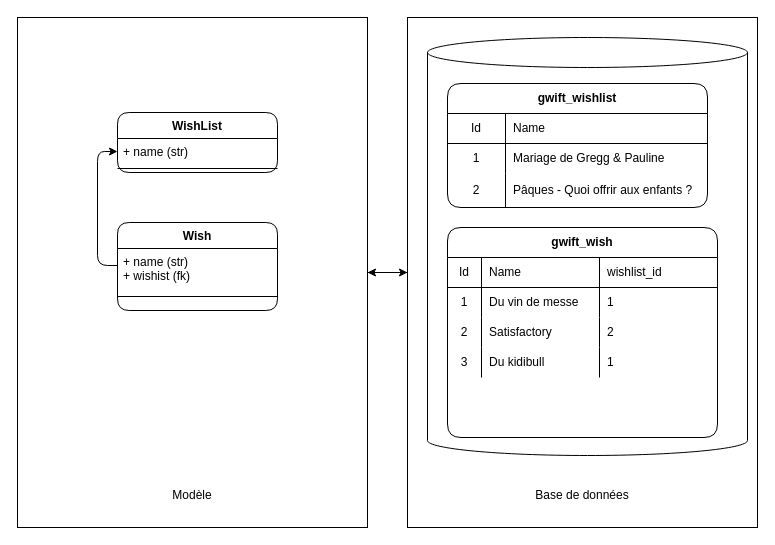
Above: source/images/diagrams/django-migrations-db-schema.drawio in Grimbox/gwift-book (draw.io), before the change. Source tidied: cells renumbered, new cells numbered last; positions are measured from the earlier drawing's top-left corner, leaving out a move shared by most shapes. Both pictures are drawn from the tidied source at 100%, with x=0, y=0 at pixel (17, 17).
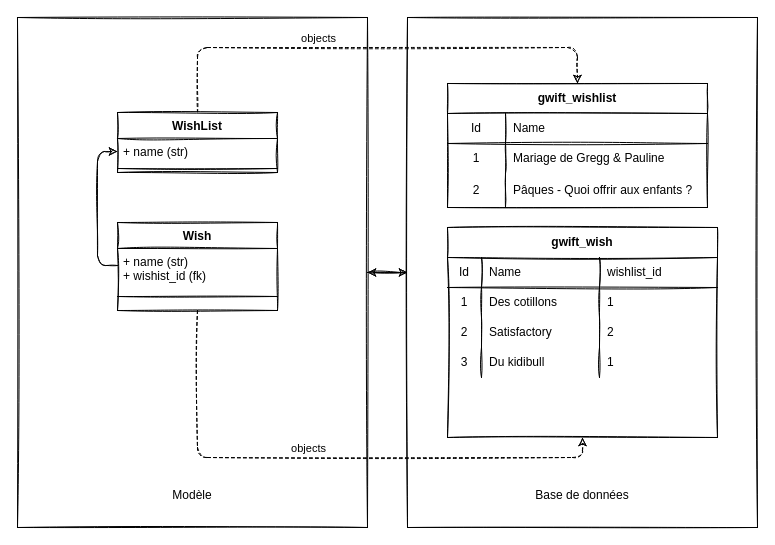
Above is the later version.

Change to the diagram source:
```diff
@@
-    <mxCell id="2" style="edgeStyle=orthogonalEdgeStyle;rounded=0;jettySize=auto;html=1;exitX=1;exitY=0.5;exitDx=0;exitDy=0;entryX=0;entryY=0.5;entryDx=0;entryDy=0;" parent="1" edge="1" source="3" target="5">
+    <mxCell id="2" style="edgeStyle=orthogonalEdgeStyle;jettySize=auto;html=1;exitX=1;exitY=0.5;exitDx=0;exitDy=0;entryX=0;entryY=0.5;entryDx=0;entryDy=0;sketch=1;" parent="1" edge="1" source="3" target="5">
       <mxGeometry relative="1" as="geometry" />
     </mxCell>
-    <mxCell id="3" value="&lt;br&gt;&lt;br&gt;&lt;br&gt;&lt;br&gt;&lt;br&gt;&lt;br&gt;&lt;br&gt;&lt;br&gt;&lt;br&gt;&lt;br&gt;&lt;br&gt;&lt;br&gt;&lt;br&gt;&lt;br&gt;&lt;br&gt;&lt;br&gt;&lt;br&gt;&lt;br&gt;&lt;br&gt;&lt;br&gt;&lt;br&gt;&lt;br&gt;&lt;br&gt;&lt;br&gt;&lt;br&gt;&lt;br&gt;&lt;br&gt;&lt;br&gt;&lt;br&gt;&lt;br&gt;&lt;br&gt;Modèle" style="rounded=0;whiteSpace=wrap;html=1;" parent="1" vertex="1">
+    <mxCell id="3" value="&lt;br&gt;&lt;br&gt;&lt;br&gt;&lt;br&gt;&lt;br&gt;&lt;br&gt;&lt;br&gt;&lt;br&gt;&lt;br&gt;&lt;br&gt;&lt;br&gt;&lt;br&gt;&lt;br&gt;&lt;br&gt;&lt;br&gt;&lt;br&gt;&lt;br&gt;&lt;br&gt;&lt;br&gt;&lt;br&gt;&lt;br&gt;&lt;br&gt;&lt;br&gt;&lt;br&gt;&lt;br&gt;&lt;br&gt;&lt;br&gt;&lt;br&gt;&lt;br&gt;&lt;br&gt;&lt;br&gt;Modèle" style="whiteSpace=wrap;html=1;sketch=1;" parent="1" vertex="1">
       <mxGeometry width="350" height="510" as="geometry" />
     </mxCell>
-    <mxCell id="4" style="edgeStyle=orthogonalEdgeStyle;rounded=0;jettySize=auto;html=1;exitX=0;exitY=0.5;exitDx=0;exitDy=0;entryX=1;entryY=0.5;entryDx=0;entryDy=0;" parent="1" edge="1" source="5" target="3">
+    <mxCell id="4" style="edgeStyle=orthogonalEdgeStyle;jettySize=auto;html=1;exitX=0;exitY=0.5;exitDx=0;exitDy=0;entryX=1;entryY=0.5;entryDx=0;entryDy=0;sketch=1;" parent="1" edge="1" source="5" target="3">
       <mxGeometry relative="1" as="geometry" />
     </mxCell>
-    <mxCell id="5" value="&lt;br&gt;&lt;br&gt;&lt;br&gt;&lt;br&gt;&lt;br&gt;&lt;br&gt;&lt;br&gt;&lt;br&gt;&lt;br&gt;&lt;br&gt;&lt;br&gt;&lt;br&gt;&lt;br&gt;&lt;br&gt;&lt;br&gt;&lt;br&gt;&lt;br&gt;&lt;br&gt;&lt;br&gt;&lt;br&gt;&lt;br&gt;&lt;br&gt;&lt;br&gt;&lt;br&gt;&lt;br&gt;&lt;br&gt;&lt;br&gt;&lt;br&gt;&lt;br&gt;&lt;br&gt;&lt;br&gt;Base de données" style="rounded=0;whiteSpace=wrap;html=1;" parent="1" vertex="1">
+    <mxCell id="5" value="&lt;br&gt;&lt;br&gt;&lt;br&gt;&lt;br&gt;&lt;br&gt;&lt;br&gt;&lt;br&gt;&lt;br&gt;&lt;br&gt;&lt;br&gt;&lt;br&gt;&lt;br&gt;&lt;br&gt;&lt;br&gt;&lt;br&gt;&lt;br&gt;&lt;br&gt;&lt;br&gt;&lt;br&gt;&lt;br&gt;&lt;br&gt;&lt;br&gt;&lt;br&gt;&lt;br&gt;&lt;br&gt;&lt;br&gt;&lt;br&gt;&lt;br&gt;&lt;br&gt;&lt;br&gt;&lt;br&gt;Base de données" style="whiteSpace=wrap;html=1;sketch=1;" parent="1" vertex="1">
       <mxGeometry x="390" width="350" height="510" as="geometry" />
     </mxCell>
+    <mxCell id="41" style="edgeStyle=orthogonalEdgeStyle;rounded=1;sketch=1;jettySize=auto;html=1;exitX=0.5;exitY=0;exitDx=0;exitDy=0;entryX=0.5;entryY=0;entryDx=0;entryDy=0;dashed=1;" parent="1" edge="1" source="6" target="14">
+      <mxGeometry relative="1" as="geometry">
+        <Array as="points">
+          <mxPoint x="180" y="30" />
+          <mxPoint x="560" y="30" />
+        </Array>
+      </mxGeometry>
+    </mxCell>
+    <mxCell id="42" value="objects" style="edgeLabel;html=1;align=center;verticalAlign=middle;" parent="41" vertex="1">
+      <mxGeometry x="0.1" y="-4" relative="1" as="geometry">
+        <mxPoint x="-80" y="-14" as="offset" />
+      </mxGeometry>
+    </mxCell>
-    <mxCell id="6" value="WishList" style="swimlane;fontStyle=1;align=center;verticalAlign=top;horizontal=1;startSize=26;rounded=1;" parent="1" vertex="1">
+    <mxCell id="6" value="WishList" style="swimlane;fontStyle=1;align=center;verticalAlign=top;horizontal=1;startSize=26;sketch=1;" parent="1" vertex="1">
       <mxGeometry x="100" y="95" width="160" height="60" as="geometry" />
     </mxCell>
-    <mxCell id="7" value="+ name (str)" style="text;strokeColor=none;fillColor=none;align=left;verticalAlign=top;spacingLeft=4;spacingRight=4;overflow=hidden;points=[[0,0.5],[1,0.5]];portConstraint=eastwest;rounded=1;" parent="6" vertex="1">
+    <mxCell id="7" value="+ name (str)" style="text;strokeColor=none;fillColor=none;align=left;verticalAlign=top;spacingLeft=4;spacingRight=4;overflow=hidden;points=[[0,0.5],[1,0.5]];portConstraint=eastwest;sketch=1;" parent="6" vertex="1">
       <mxGeometry y="26" width="160" height="26" as="geometry" />
     </mxCell>
-    <mxCell id="8" style="line;strokeWidth=1;fillColor=none;align=left;verticalAlign=middle;spacingTop=-1;spacingLeft=3;spacingRight=3;labelPosition=right;rounded=1;" parent="6" vertex="1">
+    <mxCell id="8" style="line;strokeWidth=1;fillColor=none;align=left;verticalAlign=middle;spacingTop=-1;spacingLeft=3;spacingRight=3;labelPosition=right;sketch=1;" parent="6" vertex="1">
       <mxGeometry y="52" width="160" height="8" as="geometry" />
     </mxCell>
+    <mxCell id="43" style="edgeStyle=orthogonalEdgeStyle;rounded=1;sketch=1;jettySize=auto;html=1;exitX=0.5;exitY=1;exitDx=0;exitDy=0;entryX=0.5;entryY=1;entryDx=0;entryDy=0;dashed=1;" parent="1" edge="1" source="9" target="24">
+      <mxGeometry relative="1" as="geometry" />
+    </mxCell>
+    <mxCell id="44" value="objects" style="edgeLabel;html=1;align=center;verticalAlign=middle;" parent="43" vertex="1">
+      <mxGeometry x="-0.02" y="-1" relative="1" as="geometry">
+        <mxPoint x="-13" y="-11" as="offset" />
+      </mxGeometry>
+    </mxCell>
-    <mxCell id="9" value="Wish" style="swimlane;fontStyle=1;align=center;verticalAlign=top;horizontal=1;startSize=26;rounded=1;" parent="1" vertex="1">
+    <mxCell id="9" value="Wish" style="swimlane;fontStyle=1;align=center;verticalAlign=top;horizontal=1;startSize=26;sketch=1;" parent="1" vertex="1">
       <mxGeometry x="100" y="205" width="160" height="88" as="geometry" />
     </mxCell>
-    <mxCell id="10" value="+ name (str)&#10;+ wishist (fk)" style="text;strokeColor=none;fillColor=none;align=left;verticalAlign=top;spacingLeft=4;spacingRight=4;overflow=hidden;points=[[0,0.5],[1,0.5]];portConstraint=eastwest;rounded=1;" parent="9" vertex="1">
+    <mxCell id="10" value="+ name (str)&#10;+ wishist_id (fk)" style="text;strokeColor=none;fillColor=none;align=left;verticalAlign=top;spacingLeft=4;spacingRight=4;overflow=hidden;points=[[0,0.5],[1,0.5]];portConstraint=eastwest;sketch=1;" parent="9" vertex="1">
       <mxGeometry y="26" width="160" height="34" as="geometry" />
     </mxCell>
-    <mxCell id="11" style="line;strokeWidth=1;fillColor=none;align=left;verticalAlign=middle;spacingTop=-1;spacingLeft=3;spacingRight=3;labelPosition=right;rounded=1;" parent="9" vertex="1">
+    <mxCell id="11" style="line;strokeWidth=1;fillColor=none;align=left;verticalAlign=middle;spacingTop=-1;spacingLeft=3;spacingRight=3;labelPosition=right;sketch=1;" parent="9" vertex="1">
       <mxGeometry y="60" width="160" height="28" as="geometry" />
     </mxCell>
-    <mxCell id="12" style="edgeStyle=orthogonalEdgeStyle;jettySize=auto;html=1;exitX=0;exitY=0.5;exitDx=0;exitDy=0;entryX=0;entryY=0.5;entryDx=0;entryDy=0;" parent="1" edge="1" source="10" target="7">
+    <mxCell id="12" style="edgeStyle=orthogonalEdgeStyle;jettySize=auto;html=1;exitX=0;exitY=0.5;exitDx=0;exitDy=0;entryX=0;entryY=0.5;entryDx=0;entryDy=0;sketch=1;" parent="1" edge="1" source="10" target="7">
       <mxGeometry relative="1" as="geometry" />
     </mxCell>
-    <mxCell id="13" style="shape=cylinder3;whiteSpace=wrap;html=1;boundedLbl=1;backgroundOutline=1;size=15;rounded=1;" parent="1" vertex="1">
-      <mxGeometry x="410" y="20" width="320" height="418" as="geometry" />
-    </mxCell>
-    <mxCell id="14" value="gwift_wishlist" style="shape=table;html=1;whiteSpace=wrap;startSize=30;childLayout=tableLayout;rowLines=0;fontStyle=1;align=center;rounded=1;" parent="1" vertex="1">
+    <mxCell id="14" value="gwift_wishlist" style="shape=table;html=1;whiteSpace=wrap;startSize=30;childLayout=tableLayout;rowLines=0;fontStyle=1;align=center;sketch=1;" parent="1" vertex="1">
       <mxGeometry x="430" y="66" width="260" height="124" as="geometry" />
     </mxCell>
-    <mxCell id="15" style="shape=partialRectangle;html=1;whiteSpace=wrap;fillColor=none;top=0;left=0;bottom=1;right=0;rounded=1;" parent="14" vertex="1">
+    <mxCell id="15" style="shape=partialRectangle;html=1;whiteSpace=wrap;fillColor=none;top=0;left=0;bottom=1;right=0;sketch=1;" parent="14" vertex="1">
       <mxGeometry y="30" width="260" height="30" as="geometry" />
     </mxCell>
-    <mxCell id="16" value="Id" style="shape=partialRectangle;html=1;whiteSpace=wrap;fillColor=none;top=0;left=0;bottom=0;right=0;overflow=hidden;rounded=1;" parent="15" vertex="1">
+    <mxCell id="16" value="Id" style="shape=partialRectangle;html=1;whiteSpace=wrap;fillColor=none;top=0;left=0;bottom=0;right=0;overflow=hidden;sketch=1;" parent="15" vertex="1">
       <mxGeometry width="58" height="30" as="geometry" />
     </mxCell>
-    <mxCell id="17" value="Name" style="shape=partialRectangle;html=1;whiteSpace=wrap;fillColor=none;top=0;left=0;bottom=0;right=0;align=left;spacingLeft=6;overflow=hidden;rounded=1;" parent="15" vertex="1">
+    <mxCell id="17" value="Name" style="shape=partialRectangle;html=1;whiteSpace=wrap;fillColor=none;top=0;left=0;bottom=0;right=0;align=left;spacingLeft=6;overflow=hidden;sketch=1;" parent="15" vertex="1">
       <mxGeometry x="58" width="202" height="30" as="geometry" />
     </mxCell>
-    <mxCell id="18" style="shape=partialRectangle;html=1;whiteSpace=wrap;fillColor=none;top=0;left=0;bottom=0;right=0;rounded=1;" parent="14" vertex="1">
+    <mxCell id="18" style="shape=partialRectangle;html=1;whiteSpace=wrap;fillColor=none;top=0;left=0;bottom=0;right=0;sketch=1;" parent="14" vertex="1">
       <mxGeometry y="60" width="260" height="30" as="geometry" />
     </mxCell>
-    <mxCell id="19" value="1" style="shape=partialRectangle;html=1;whiteSpace=wrap;fillColor=none;top=0;left=0;bottom=0;right=0;overflow=hidden;rounded=1;" parent="18" vertex="1">
+    <mxCell id="19" value="1" style="shape=partialRectangle;html=1;whiteSpace=wrap;fillColor=none;top=0;left=0;bottom=0;right=0;overflow=hidden;sketch=1;" parent="18" vertex="1">
       <mxGeometry width="58" height="30" as="geometry" />
     </mxCell>
-    <mxCell id="20" value="Mariage de Gregg &amp;amp; Pauline" style="shape=partialRectangle;html=1;whiteSpace=wrap;fillColor=none;top=0;left=0;bottom=0;right=0;align=left;spacingLeft=6;overflow=hidden;rounded=1;" parent="18" vertex="1">
+    <mxCell id="20" value="Mariage de Gregg &amp;amp; Pauline" style="shape=partialRectangle;html=1;whiteSpace=wrap;fillColor=none;top=0;left=0;bottom=0;right=0;align=left;spacingLeft=6;overflow=hidden;sketch=1;" parent="18" vertex="1">
       <mxGeometry x="58" width="202" height="30" as="geometry" />
     </mxCell>
-    <mxCell id="21" style="shape=partialRectangle;html=1;whiteSpace=wrap;fillColor=none;top=0;left=0;bottom=0;right=0;rounded=1;" parent="14" vertex="1">
+    <mxCell id="21" style="shape=partialRectangle;html=1;whiteSpace=wrap;fillColor=none;top=0;left=0;bottom=0;right=0;sketch=1;" parent="14" vertex="1">
       <mxGeometry y="90" width="260" height="34" as="geometry" />
     </mxCell>
-    <mxCell id="22" value="2" style="shape=partialRectangle;html=1;whiteSpace=wrap;fillColor=none;top=0;left=0;bottom=0;right=0;overflow=hidden;rounded=1;" parent="21" vertex="1">
+    <mxCell id="22" value="2" style="shape=partialRectangle;html=1;whiteSpace=wrap;fillColor=none;top=0;left=0;bottom=0;right=0;overflow=hidden;sketch=1;" parent="21" vertex="1">
       <mxGeometry width="58" height="34" as="geometry" />
     </mxCell>
-    <mxCell id="23" value="Pâques - Quoi offrir aux enfants ?" style="shape=partialRectangle;html=1;whiteSpace=wrap;fillColor=none;top=0;left=0;bottom=0;right=0;align=left;spacingLeft=6;overflow=hidden;rounded=1;" parent="21" vertex="1">
+    <mxCell id="23" value="Pâques - Quoi offrir aux enfants ?" style="shape=partialRectangle;html=1;whiteSpace=wrap;fillColor=none;top=0;left=0;bottom=0;right=0;align=left;spacingLeft=6;overflow=hidden;sketch=1;" parent="21" vertex="1">
       <mxGeometry x="58" width="202" height="34" as="geometry" />
     </mxCell>
-    <mxCell id="24" value="gwift_wish" style="shape=table;html=1;whiteSpace=wrap;startSize=30;childLayout=tableLayout;rowLines=0;fontStyle=1;align=center;rounded=1;" parent="1" vertex="1">
+    <mxCell id="24" value="gwift_wish" style="shape=table;html=1;whiteSpace=wrap;startSize=30;childLayout=tableLayout;rowLines=0;fontStyle=1;align=center;sketch=1;" parent="1" vertex="1">
       <mxGeometry x="430" y="210" width="270" height="210" as="geometry" />
     </mxCell>
-    <mxCell id="25" style="shape=partialRectangle;html=1;whiteSpace=wrap;fillColor=none;top=0;left=0;bottom=1;right=0;rounded=1;" parent="24" vertex="1">
+    <mxCell id="25" style="shape=partialRectangle;html=1;whiteSpace=wrap;fillColor=none;top=0;left=0;bottom=1;right=0;sketch=1;" parent="24" vertex="1">
       <mxGeometry y="30" width="270" height="30" as="geometry" />
     </mxCell>
-    <mxCell id="26" value="Id" style="shape=partialRectangle;html=1;whiteSpace=wrap;fillColor=none;top=0;left=0;bottom=0;right=0;overflow=hidden;rounded=1;" parent="25" vertex="1">
+    <mxCell id="26" value="Id" style="shape=partialRectangle;html=1;whiteSpace=wrap;fillColor=none;top=0;left=0;bottom=0;right=0;overflow=hidden;sketch=1;" parent="25" vertex="1">
       <mxGeometry width="34" height="30" as="geometry" />
     </mxCell>
-    <mxCell id="27" value="Name" style="shape=partialRectangle;html=1;whiteSpace=wrap;fillColor=none;top=0;left=0;bottom=0;right=0;align=left;spacingLeft=6;overflow=hidden;rounded=1;" parent="25" vertex="1">
+    <mxCell id="27" value="Name" style="shape=partialRectangle;html=1;whiteSpace=wrap;fillColor=none;top=0;left=0;bottom=0;right=0;align=left;spacingLeft=6;overflow=hidden;sketch=1;" parent="25" vertex="1">
       <mxGeometry x="34" width="118" height="30" as="geometry" />
     </mxCell>
-    <mxCell id="28" value="wishlist_id" style="shape=partialRectangle;html=1;whiteSpace=wrap;fillColor=none;top=0;left=0;bottom=0;right=0;align=left;spacingLeft=6;overflow=hidden;rounded=1;" parent="25" vertex="1">
+    <mxCell id="28" value="wishlist_id" style="shape=partialRectangle;html=1;whiteSpace=wrap;fillColor=none;top=0;left=0;bottom=0;right=0;align=left;spacingLeft=6;overflow=hidden;sketch=1;" parent="25" vertex="1">
       <mxGeometry x="152" width="118" height="30" as="geometry" />
     </mxCell>
-    <mxCell id="29" style="shape=partialRectangle;html=1;whiteSpace=wrap;fillColor=none;top=0;left=0;bottom=0;right=0;rounded=1;" parent="24" vertex="1">
+    <mxCell id="29" style="shape=partialRectangle;html=1;whiteSpace=wrap;fillColor=none;top=0;left=0;bottom=0;right=0;sketch=1;" parent="24" vertex="1">
       <mxGeometry y="60" width="270" height="30" as="geometry" />
     </mxCell>
-    <mxCell id="30" value="1" style="shape=partialRectangle;html=1;whiteSpace=wrap;fillColor=none;top=0;left=0;bottom=0;right=0;overflow=hidden;rounded=1;" parent="29" vertex="1">
+    <mxCell id="30" value="1" style="shape=partialRectangle;html=1;whiteSpace=wrap;fillColor=none;top=0;left=0;bottom=0;right=0;overflow=hidden;sketch=1;" parent="29" vertex="1">
       <mxGeometry width="34" height="30" as="geometry" />
     </mxCell>
-    <mxCell id="31" value="Du vin de messe" style="shape=partialRectangle;html=1;whiteSpace=wrap;fillColor=none;top=0;left=0;bottom=0;right=0;align=left;spacingLeft=6;overflow=hidden;rounded=1;" parent="29" vertex="1">
+    <mxCell id="31" value="Des cotillons" style="shape=partialRectangle;html=1;whiteSpace=wrap;fillColor=none;top=0;left=0;bottom=0;right=0;align=left;spacingLeft=6;overflow=hidden;sketch=1;" parent="29" vertex="1">
       <mxGeometry x="34" width="118" height="30" as="geometry" />
     </mxCell>
-    <mxCell id="32" value="1" style="shape=partialRectangle;html=1;whiteSpace=wrap;fillColor=none;top=0;left=0;bottom=0;right=0;align=left;spacingLeft=6;overflow=hidden;rounded=1;" parent="29" vertex="1">
+    <mxCell id="32" value="1" style="shape=partialRectangle;html=1;whiteSpace=wrap;fillColor=none;top=0;left=0;bottom=0;right=0;align=left;spacingLeft=6;overflow=hidden;sketch=1;" parent="29" vertex="1">
       <mxGeometry x="152" width="118" height="30" as="geometry" />
     </mxCell>
-    <mxCell id="33" style="shape=partialRectangle;html=1;whiteSpace=wrap;fillColor=none;top=0;left=0;bottom=0;right=0;rounded=1;" parent="24" vertex="1">
+    <mxCell id="33" style="shape=partialRectangle;html=1;whiteSpace=wrap;fillColor=none;top=0;left=0;bottom=0;right=0;sketch=1;" parent="24" vertex="1">
       <mxGeometry y="90" width="270" height="30" as="geometry" />
     </mxCell>
-    <mxCell id="34" value="2" style="shape=partialRectangle;html=1;whiteSpace=wrap;fillColor=none;top=0;left=0;bottom=0;right=0;overflow=hidden;rounded=1;" parent="33" vertex="1">
+    <mxCell id="34" value="2" style="shape=partialRectangle;html=1;whiteSpace=wrap;fillColor=none;top=0;left=0;bottom=0;right=0;overflow=hidden;sketch=1;" parent="33" vertex="1">
       <mxGeometry width="34" height="30" as="geometry" />
     </mxCell>
-    <mxCell id="35" value="Satisfactory" style="shape=partialRectangle;html=1;whiteSpace=wrap;fillColor=none;top=0;left=0;bottom=0;right=0;align=left;spacingLeft=6;overflow=hidden;rounded=1;" parent="33" vertex="1">
+    <mxCell id="35" value="Satisfactory" style="shape=partialRectangle;html=1;whiteSpace=wrap;fillColor=none;top=0;left=0;bottom=0;right=0;align=left;spacingLeft=6;overflow=hidden;sketch=1;" parent="33" vertex="1">
       <mxGeometry x="34" width="118" height="30" as="geometry" />
     </mxCell>
-    <mxCell id="36" value="2" style="shape=partialRectangle;html=1;whiteSpace=wrap;fillColor=none;top=0;left=0;bottom=0;right=0;align=left;spacingLeft=6;overflow=hidden;rounded=1;" parent="33" vertex="1">
+    <mxCell id="36" value="2" style="shape=partialRectangle;html=1;whiteSpace=wrap;fillColor=none;top=0;left=0;bottom=0;right=0;align=left;spacingLeft=6;overflow=hidden;sketch=1;" parent="33" vertex="1">
       <mxGeometry x="152" width="118" height="30" as="geometry" />
     </mxCell>
-    <mxCell id="37" style="shape=partialRectangle;html=1;whiteSpace=wrap;fillColor=none;top=0;left=0;bottom=0;right=0;rounded=1;" parent="24" vertex="1">
+    <mxCell id="37" style="shape=partialRectangle;html=1;whiteSpace=wrap;fillColor=none;top=0;left=0;bottom=0;right=0;sketch=1;" parent="24" vertex="1">
       <mxGeometry y="120" width="270" height="30" as="geometry" />
     </mxCell>
-    <mxCell id="38" value="3" style="shape=partialRectangle;html=1;whiteSpace=wrap;fillColor=none;top=0;left=0;bottom=0;right=0;overflow=hidden;rounded=1;" parent="37" vertex="1">
+    <mxCell id="38" value="3" style="shape=partialRectangle;html=1;whiteSpace=wrap;fillColor=none;top=0;left=0;bottom=0;right=0;overflow=hidden;sketch=1;" parent="37" vertex="1">
       <mxGeometry width="34" height="30" as="geometry" />
     </mxCell>
-    <mxCell id="39" value="Du kidibull" style="shape=partialRectangle;html=1;whiteSpace=wrap;fillColor=none;top=0;left=0;bottom=0;right=0;align=left;spacingLeft=6;overflow=hidden;rounded=1;" parent="37" vertex="1">
+    <mxCell id="39" value="Du kidibull" style="shape=partialRectangle;html=1;whiteSpace=wrap;fillColor=none;top=0;left=0;bottom=0;right=0;align=left;spacingLeft=6;overflow=hidden;sketch=1;" parent="37" vertex="1">
       <mxGeometry x="34" width="118" height="30" as="geometry" />
     </mxCell>
-    <mxCell id="40" value="1" style="shape=partialRectangle;html=1;whiteSpace=wrap;fillColor=none;top=0;left=0;bottom=0;right=0;align=left;spacingLeft=6;overflow=hidden;rounded=1;" parent="37" vertex="1">
+    <mxCell id="40" value="1" style="shape=partialRectangle;html=1;whiteSpace=wrap;fillColor=none;top=0;left=0;bottom=0;right=0;align=left;spacingLeft=6;overflow=hidden;sketch=1;" parent="37" vertex="1">
       <mxGeometry x="152" width="118" height="30" as="geometry" />
     </mxCell>
```
